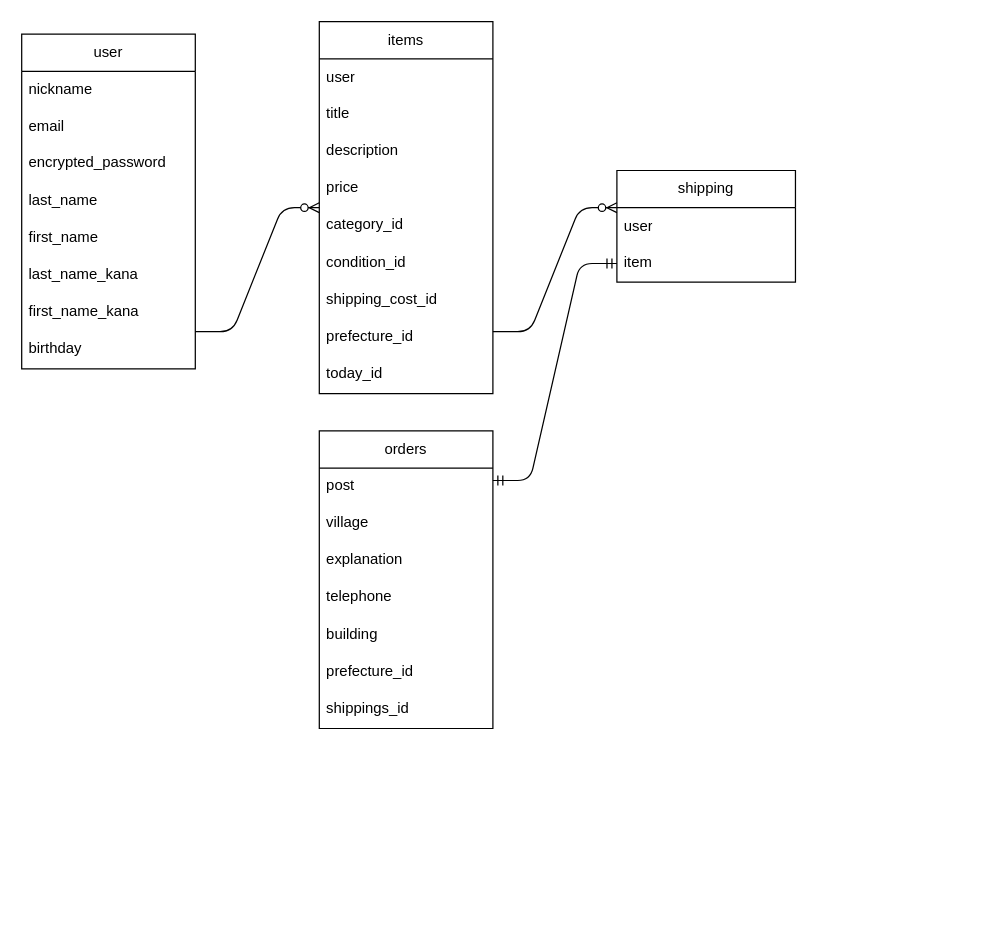
Before: furima.dio in 20230824/furima-39867, a draw.io diagram. Source tidied: cells renumbered, new cells numbered last; positions are measured from the earlier drawing's top-left corner, leaving out a move shared by most shapes. Both pictures are drawn from the tidied source at 124%, with x=0, y=0 at pixel (21, 21).
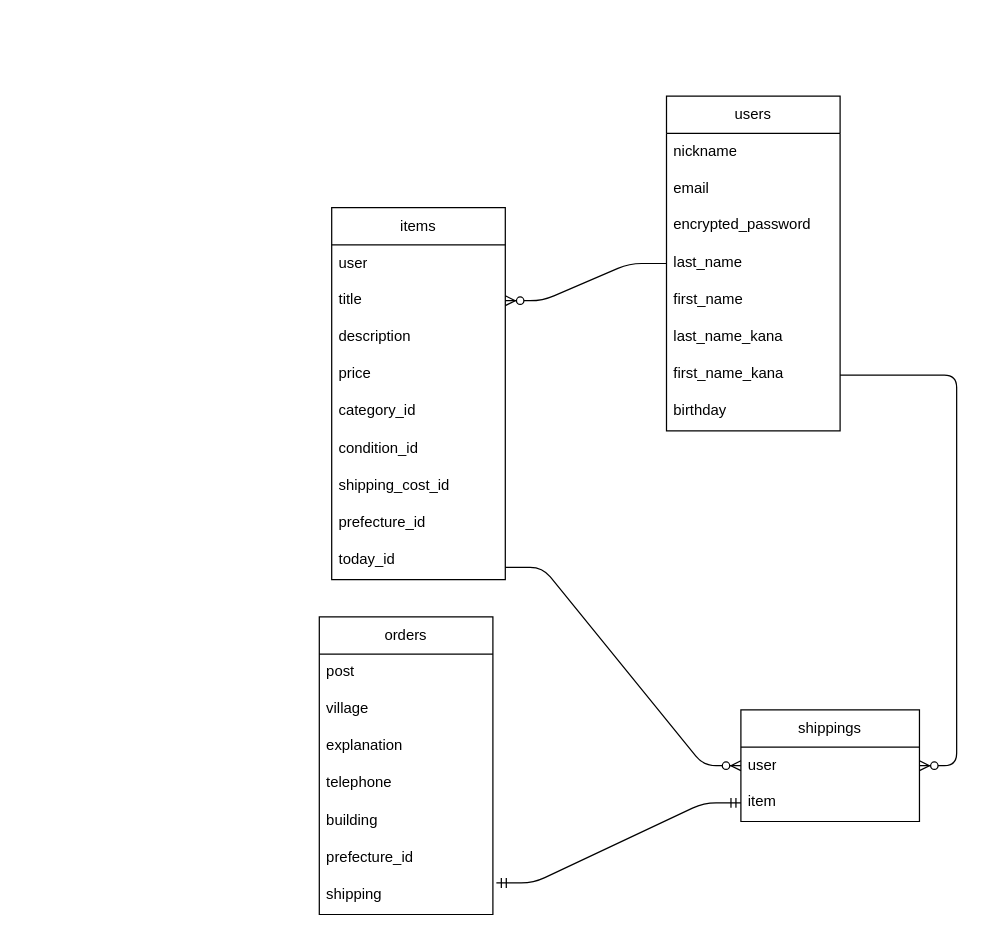
The same page after the edit.

Commit message (it also covers changes not shown here):
データベース設計、修正

Unchanged cells that the change refers to:
```xml
<mxCell id="6" value="last_name &#10;&#10;" style="text;strokeColor=none;fillColor=none;spacingLeft=4;spacingRight=4;overflow=hidden;points=[[0,0.5],[1,0.5]];portConstraint=eastwest;fontSize=12;" parent="2" vertex="1">
  <mxGeometry y="120" width="140" height="30" as="geometry" />
</mxCell>
<mxCell id="9" value="first_name_kana" style="text;strokeColor=none;fillColor=none;spacingLeft=4;spacingRight=4;overflow=hidden;points=[[0,0.5],[1,0.5]];portConstraint=eastwest;fontSize=12;" parent="2" vertex="1">
  <mxGeometry y="210" width="140" height="30" as="geometry" />
</mxCell>
<mxCell id="12" value="user" style="text;strokeColor=none;fillColor=none;align=left;verticalAlign=middle;spacingLeft=4;spacingRight=4;overflow=hidden;points=[[0,0.5],[1,0.5]];portConstraint=eastwest;whiteSpace=wrap;html=1;" parent="11" vertex="1">
  <mxGeometry y="30" width="144" height="30" as="geometry" />
</mxCell>
<mxCell id="13" value="item" style="text;strokeColor=none;fillColor=none;spacingLeft=4;spacingRight=4;overflow=hidden;points=[[0,0.5],[1,0.5]];portConstraint=eastwest;fontSize=12;" parent="11" vertex="1">
  <mxGeometry y="60" width="144" height="30" as="geometry" />
</mxCell>
<mxCell id="16" value="title " style="text;strokeColor=none;fillColor=none;spacingLeft=4;spacingRight=4;overflow=hidden;points=[[0,0.5],[1,0.5]];portConstraint=eastwest;fontSize=12;" parent="14" vertex="1">
  <mxGeometry y="60" width="140" height="30" as="geometry" />
</mxCell>
```

The edit, as a diff of the source:
```diff
@@
-    <mxCell id="2" value="user" style="swimlane;fontStyle=0;horizontal=1;startSize=30;whiteSpace=wrap;html=1;" parent="1" vertex="1">
-      <mxGeometry y="10" width="140" height="270" as="geometry" />
+    <mxCell id="2" value="users" style="swimlane;fontStyle=0;horizontal=1;startSize=30;whiteSpace=wrap;html=1;" parent="1" vertex="1">
+      <mxGeometry x="520" y="60" width="140" height="270" as="geometry" />
     </mxCell>
@@
-    <mxCell id="11" value="shipping" style="swimlane;fontStyle=0;horizontal=1;startSize=30;whiteSpace=wrap;html=1;" parent="1" vertex="1">
-      <mxGeometry x="480" y="120" width="144" height="90" as="geometry" />
+    <mxCell id="11" value="shippings" style="swimlane;fontStyle=0;horizontal=1;startSize=30;whiteSpace=wrap;html=1;" parent="1" vertex="1">
+      <mxGeometry x="580" y="555" width="144" height="90" as="geometry" />
     </mxCell>
@@
     <mxCell id="14" value="items" style="swimlane;fontStyle=0;horizontal=1;startSize=30;whiteSpace=wrap;html=1;" parent="1" vertex="1">
-      <mxGeometry x="240" width="140" height="300" as="geometry" />
+      <mxGeometry x="250" y="150" width="140" height="300" as="geometry" />
     </mxCell>
@@
+    <mxCell id="35" style="edgeStyle=none;html=1;entryX=1;entryY=0.5;entryDx=0;entryDy=0;" parent="14" edge="1" source="14" target="16">
+      <mxGeometry relative="1" as="geometry" />
+    </mxCell>
     <mxCell id="24" value="orders" style="swimlane;fontStyle=0;horizontal=1;startSize=30;whiteSpace=wrap;html=1;" parent="1" vertex="1">
-      <mxGeometry x="240" y="330" width="140" height="240" as="geometry" />
+      <mxGeometry x="240" y="480" width="140" height="240" as="geometry" />
     </mxCell>
@@
-    <mxCell id="31" value="shippings_id" style="text;strokeColor=none;fillColor=none;spacingLeft=4;spacingRight=4;overflow=hidden;points=[[0,0.5],[1,0.5]];portConstraint=eastwest;fontSize=12;" parent="24" vertex="1">
+    <mxCell id="31" value="shipping" style="text;strokeColor=none;fillColor=none;spacingLeft=4;spacingRight=4;overflow=hidden;points=[[0,0.5],[1,0.5]];portConstraint=eastwest;fontSize=12;" parent="24" vertex="1">
       <mxGeometry y="210" width="140" height="30" as="geometry" />
     </mxCell>
-    <mxCell id="32" style="edgeStyle=entityRelationEdgeStyle;fontSize=12;html=1;endArrow=ERzeroToMany;endFill=1;" parent="1" edge="1">
-      <mxGeometry relative="1" as="geometry">
-        <mxPoint x="140" y="250" as="sourcePoint" />
-        <mxPoint x="240" y="150" as="targetPoint" />
-      </mxGeometry>
-    </mxCell>
-    <mxCell id="33" style="edgeStyle=entityRelationEdgeStyle;fontSize=12;html=1;endArrow=ERzeroToMany;endFill=1;" parent="1" edge="1">
+    <mxCell id="33" style="edgeStyle=entityRelationEdgeStyle;fontSize=12;html=1;endArrow=ERzeroToMany;endFill=1;entryX=0;entryY=0.5;entryDx=0;entryDy=0;" parent="1" edge="1" target="12">
       <mxGeometry relative="1" as="geometry">
-        <mxPoint x="380" y="250" as="sourcePoint" />
-        <mxPoint x="480" y="150" as="targetPoint" />
+        <mxPoint x="390" y="440" as="sourcePoint" />
       </mxGeometry>
     </mxCell>
-    <mxCell id="34" style="edgeStyle=entityRelationEdgeStyle;fontSize=12;html=1;endArrow=ERmandOne;startArrow=ERmandOne;entryX=0;entryY=0.5;entryDx=0;entryDy=0;" parent="1" edge="1" target="13">
-      <mxGeometry relative="1" as="geometry">
-        <mxPoint x="380" y="370" as="sourcePoint" />
-      </mxGeometry>
+    <mxCell id="34" style="edgeStyle=entityRelationEdgeStyle;fontSize=12;html=1;endArrow=ERmandOne;startArrow=ERmandOne;entryX=0;entryY=0.5;entryDx=0;entryDy=0;exitX=1.02;exitY=0.152;exitDx=0;exitDy=0;exitPerimeter=0;" parent="1" edge="1" source="31" target="13">
+      <mxGeometry relative="1" as="geometry" />
     </mxCell>
+    <mxCell id="36" style="edgeStyle=entityRelationEdgeStyle;fontSize=12;html=1;endArrow=ERzeroToMany;endFill=1;" parent="1" edge="1" source="9" target="11">
+      <mxGeometry relative="1" as="geometry" />
+    </mxCell>
+    <mxCell id="37" style="edgeStyle=entityRelationEdgeStyle;fontSize=12;html=1;endArrow=ERzeroToMany;endFill=1;exitX=0;exitY=0.5;exitDx=0;exitDy=0;entryX=1;entryY=0.5;entryDx=0;entryDy=0;" parent="1" edge="1" source="6" target="16">
+      <mxGeometry relative="1" as="geometry" />
+    </mxCell>
```
